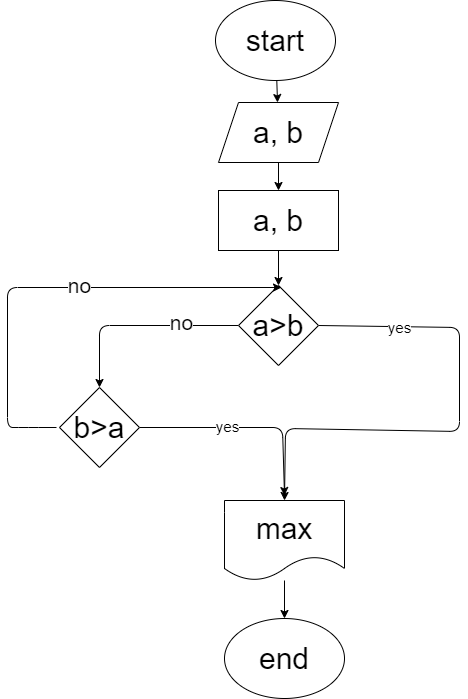
Earlier version of the draw.io export Seminar/Seminar001/Ex001/diagram.drawio.png (irenemir2022/super-guide). Source tidied: cells renumbered, new cells last; positions are measured from the earlier drawing's top-left corner, leaving out a move shared by most shapes.
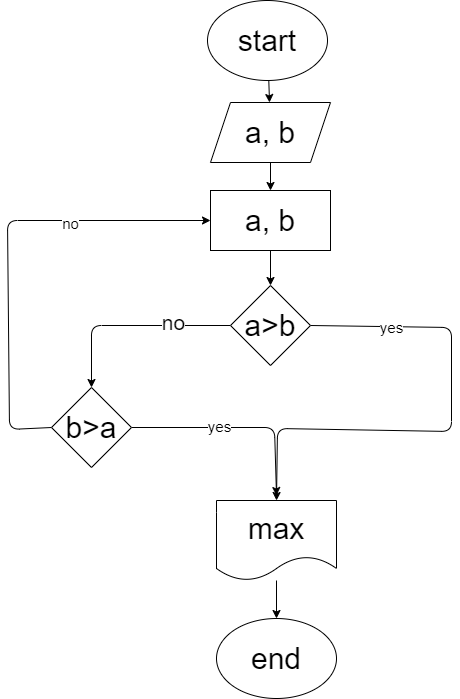
After the commit.

Commit message:
добавили изменения к блок-схеме задачи 1, добавили изменения к readme-файлу

The edit, as a diff of the source:
```diff
@@ -47,20 +47,6 @@
     <mxCell id="12" value="a&amp;gt;b" style="rhombus;whiteSpace=wrap;html=1;fontSize=30;" parent="1" vertex="1">
       <mxGeometry x="231" y="285" width="80" height="80" as="geometry" />
     </mxCell>
-    <mxCell id="13" style="edgeStyle=none;html=1;fontSize=21;" parent="1" edge="1">
-      <mxGeometry relative="1" as="geometry">
-        <mxPoint x="49" y="427" as="sourcePoint" />
-        <mxPoint x="274" y="287" as="targetPoint" />
-        <Array as="points">
-          <mxPoint x="21" y="427" />
-          <mxPoint y="427" />
-          <mxPoint y="287" />
-        </Array>
-      </mxGeometry>
-    </mxCell>
-    <mxCell id="14" value="no" style="edgeLabel;html=1;align=center;verticalAlign=middle;fontSize=21;" parent="13" vertex="1">
-      <mxGeometry x="0.12" y="3" relative="1" as="geometry" />
-    </mxCell>
     <mxCell id="15" style="edgeStyle=none;html=1;fontSize=15;" parent="1" edge="1" source="17">
       <mxGeometry relative="1" as="geometry">
         <mxPoint x="277" y="495" as="targetPoint" />
@@ -72,7 +58,18 @@
     <mxCell id="16" value="yes" style="edgeLabel;html=1;align=center;verticalAlign=middle;fontSize=15;" parent="15" vertex="1">
       <mxGeometry x="-0.18" y="2" relative="1" as="geometry" />
     </mxCell>
+    <mxCell id="21" style="edgeStyle=none;html=1;entryX=0;entryY=0.5;entryDx=0;entryDy=0;exitX=0;exitY=0.5;exitDx=0;exitDy=0;" parent="1" edge="1" source="17" target="7">
+      <mxGeometry relative="1" as="geometry">
+        <Array as="points">
+          <mxPoint x="10" y="429" />
+          <mxPoint x="8" y="220" />
+        </Array>
+      </mxGeometry>
+    </mxCell>
+    <mxCell id="14" value="no" style="edgeLabel;html=1;align=center;verticalAlign=middle;fontSize=15;" parent="21" vertex="1">
+      <mxGeometry x="0.38" y="-2" relative="1" as="geometry" />
+    </mxCell>
-    <mxCell id="17" value="b&amp;gt;a" style="rhombus;whiteSpace=wrap;html=1;fontSize=30;" parent="1" vertex="1">
+    <mxCell id="17" value="b&amp;gt;a" style="rhombus;whiteSpace=wrap;html=1;fontSize=30;gradientColor=none;" parent="1" vertex="1">
       <mxGeometry x="52" y="387" width="80" height="80" as="geometry" />
     </mxCell>
     <mxCell id="18" style="edgeStyle=none;html=1;fontSize=30;" parent="1" edge="1" source="19" target="20">
```
